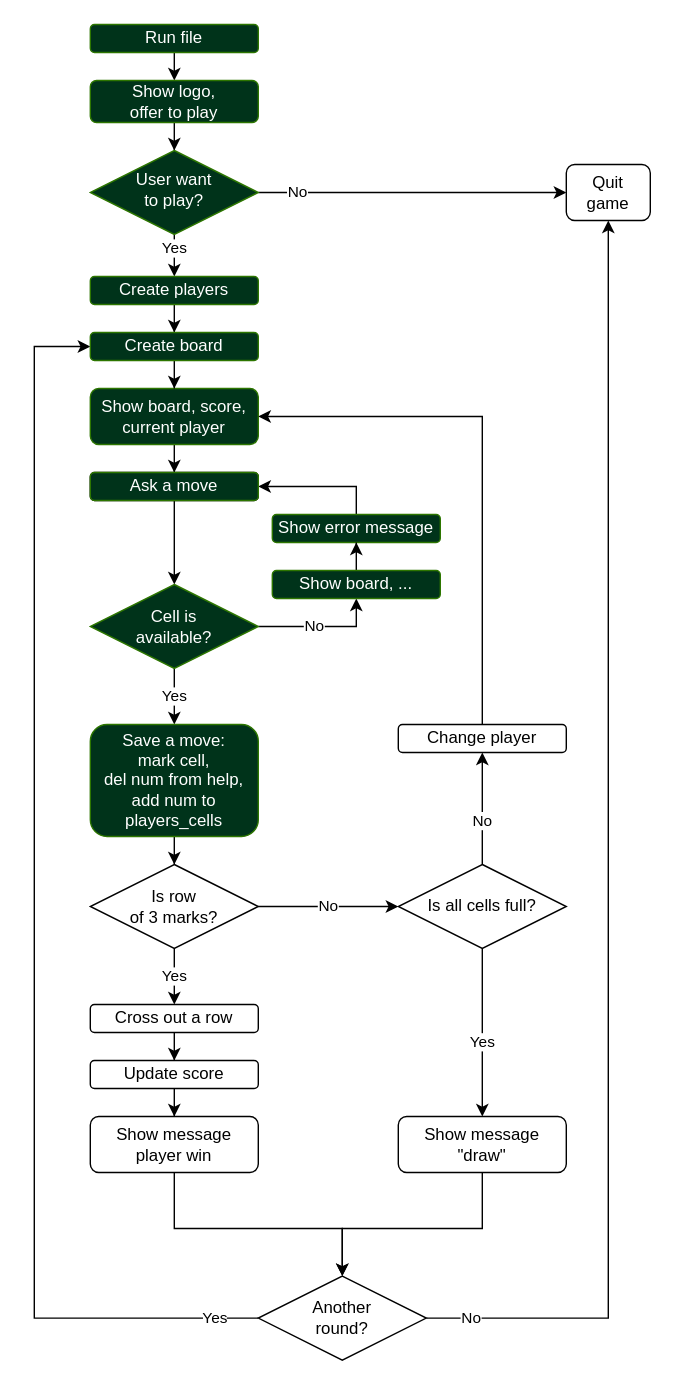
Before: flowchart.drawio in k-yakovlev/tic-tac-toe, a draw.io diagram. Source tidied: cells renumbered, new cells numbered last; positions are measured from the earlier drawing's top-left corner, leaving out a move shared by most shapes. Both pictures are drawn from the tidied source at 140%, with x=0, y=0 at pixel (34, 24).
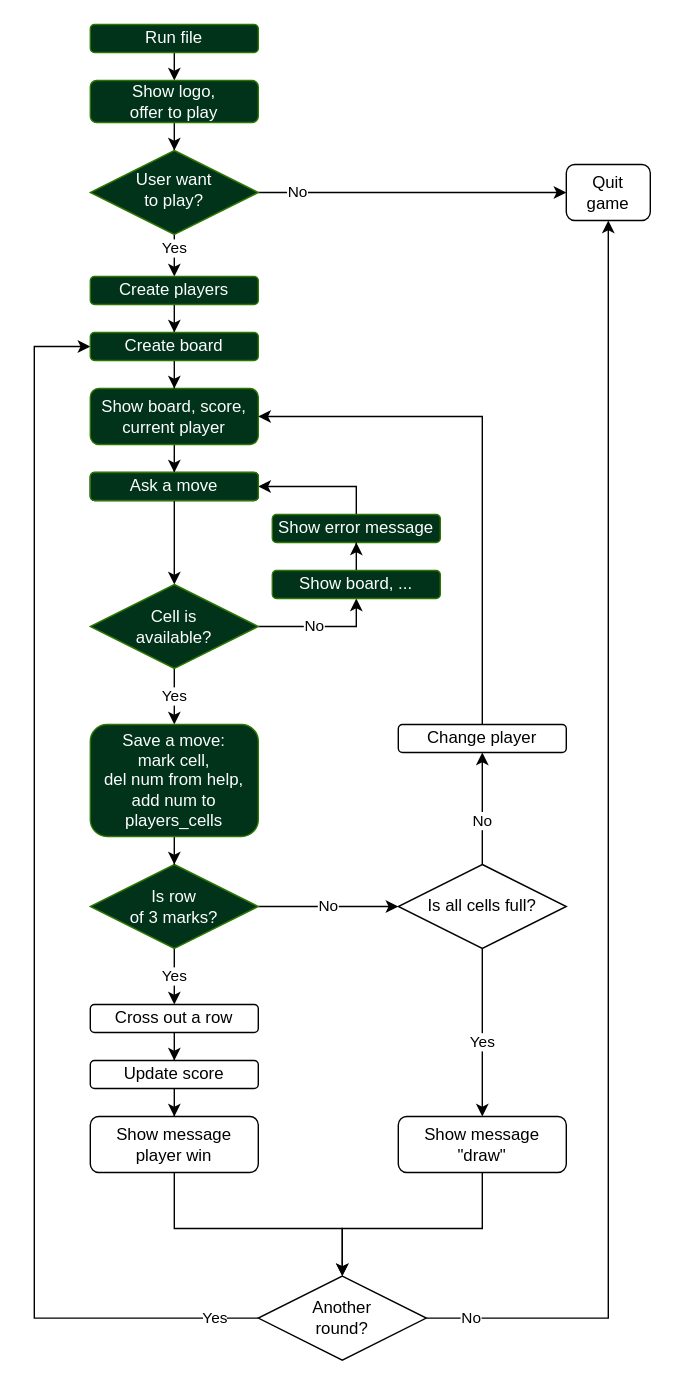
The same page after the edit.

Commit message (it also covers changes not shown here):
Fix row_of_3_marks(). Update flowchart.drawio.

Change to the diagram source:
```diff
@@
-    <mxCell id="16" value="Is row&lt;br&gt;of 3 marks?" style="rhombus;whiteSpace=wrap;html=1;" parent="1" vertex="1">
+    <mxCell id="16" value="Is row&lt;br&gt;of 3 marks?" style="rhombus;whiteSpace=wrap;html=1;strokeColor=#2D7600;fontColor=#ffffff;fillColor=#00331A;" parent="1" vertex="1">
       <mxGeometry x="40" y="600" width="120" height="60" as="geometry" />
     </mxCell>
```
